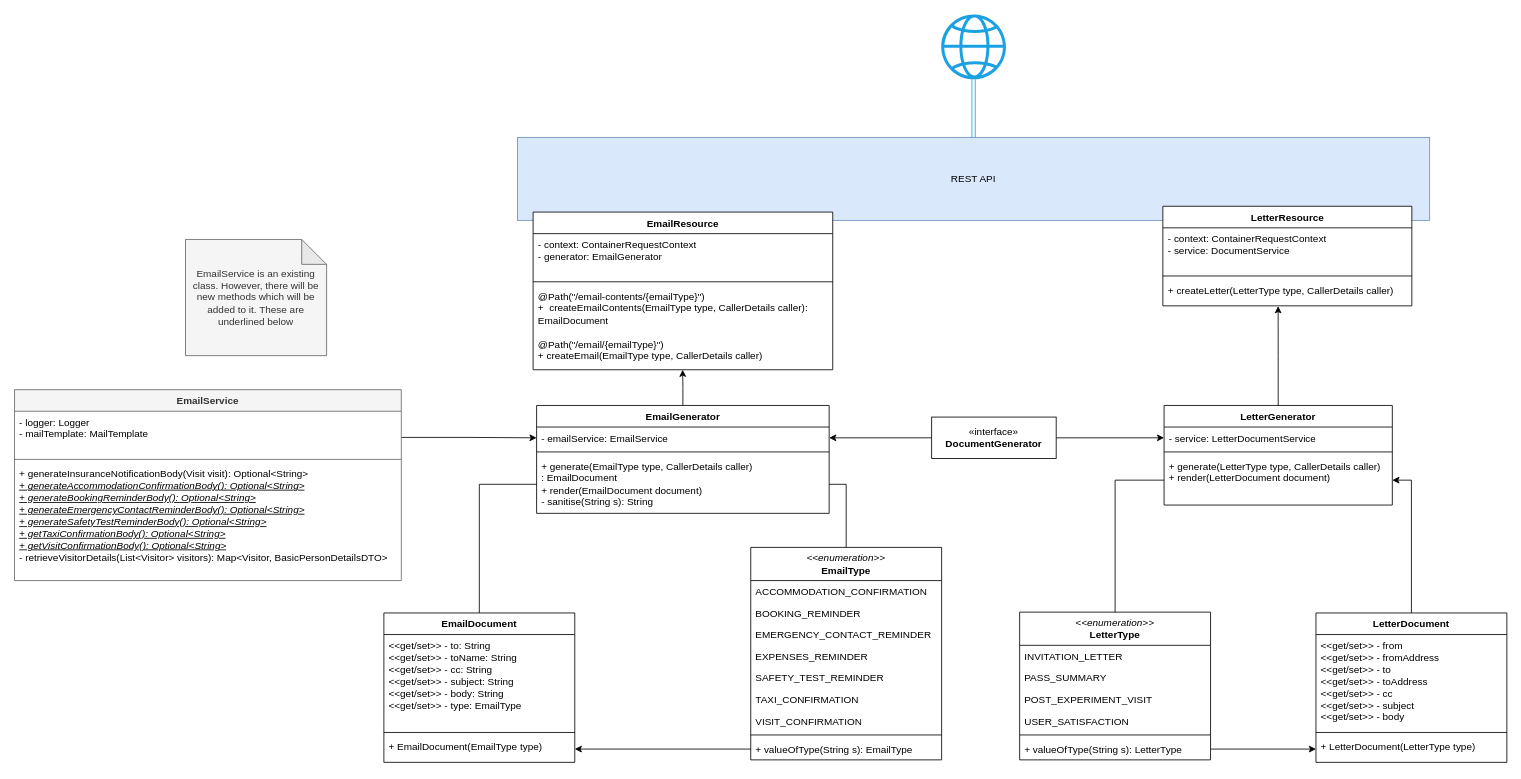
This is Document generation class diagram.drawio from ambolt314/FinalProjectDesign, a draw.io file, before an edit. Source tidied: cells renumbered, new cells numbered last; positions are measured from the earlier drawing's top-left corner, leaving out a move shared by most shapes. Both pictures are drawn from the tidied source at 83%, with x=0, y=0 at pixel (14, 14).
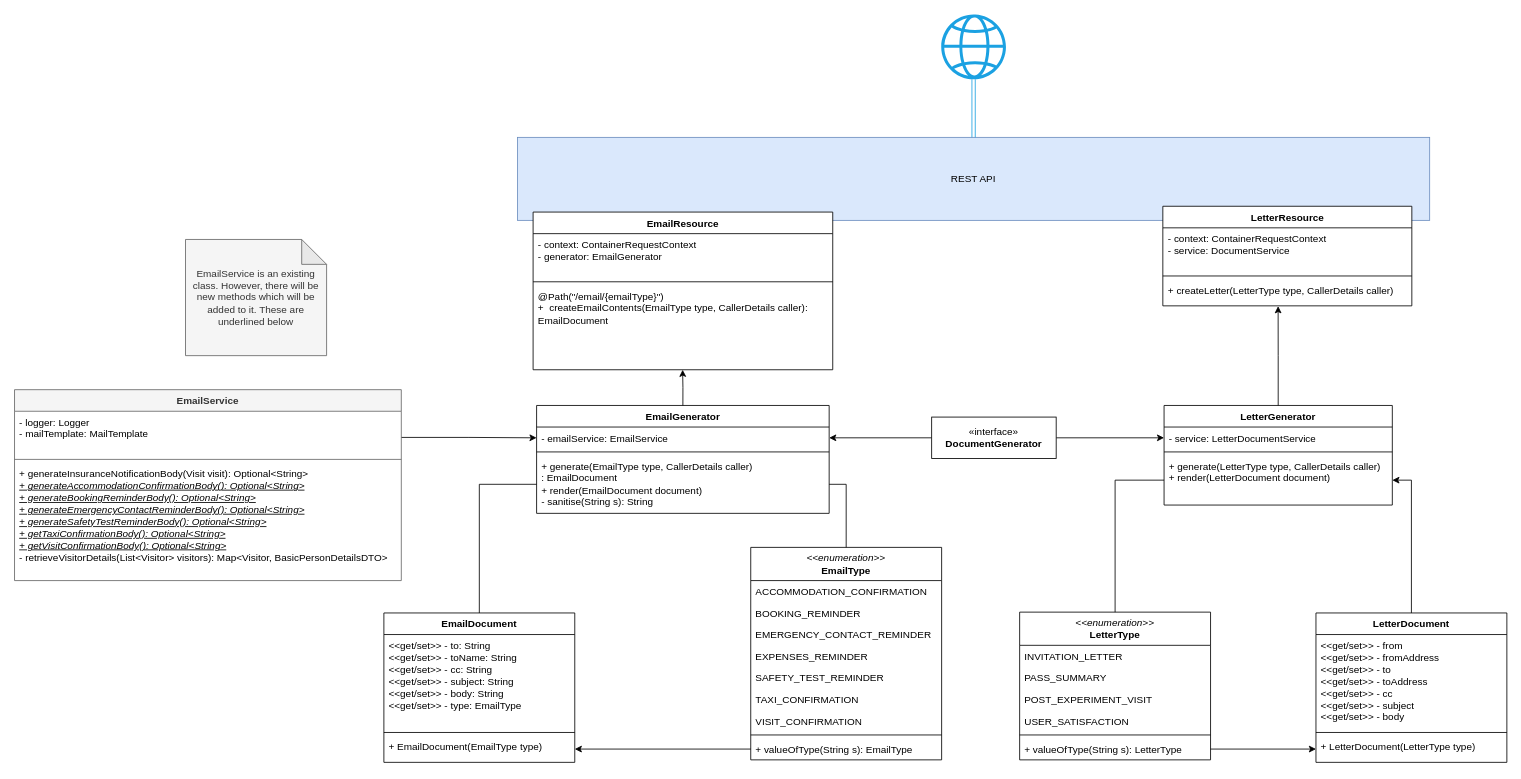
After the change.

Commit message:
Modified exposed resources

Unchanged cells that the change refers to:
```xml
<mxCell id="3" value="EmailResource" style="swimlane;fontStyle=1;align=center;verticalAlign=top;horizontal=1;startSize=26;whiteSpace=wrap;html=1;" parent="1" vertex="1">
  <mxGeometry x="624.8" y="238" width="361" height="190" as="geometry" />
</mxCell>
```

The edit, as a diff of the source:
```diff
@@
-    <mxCell id="6" value="&lt;div&gt;@Path(&quot;/email-contents/{emailType}&quot;)&lt;/div&gt;&lt;div&gt;+&amp;nbsp; createEmailContents(EmailType type, CallerDetails caller): EmailDocument&lt;/div&gt;&lt;div&gt;&lt;br&gt;&lt;/div&gt;&lt;div&gt;@Path(&quot;/email/{emailType}&quot;)&lt;/div&gt;&lt;div&gt;+ createEmail(EmailType type, CallerDetails caller)&lt;br&gt;&lt;/div&gt;" style="text;strokeColor=none;fillColor=none;align=left;verticalAlign=top;spacingLeft=4;spacingRight=4;overflow=hidden;points=[[0,0.5],[1,0.5]];portConstraint=eastwest;whiteSpace=wrap;html=1;" parent="3" vertex="1">
+    <mxCell id="6" value="&lt;div&gt;@Path(&quot;/email/{emailType}&quot;)&lt;/div&gt;&lt;div&gt;+&amp;nbsp; createEmailContents(EmailType type, CallerDetails caller): EmailDocument&lt;/div&gt;" style="text;strokeColor=none;fillColor=none;align=left;verticalAlign=top;spacingLeft=4;spacingRight=4;overflow=hidden;points=[[0,0.5],[1,0.5]];portConstraint=eastwest;whiteSpace=wrap;html=1;" parent="3" vertex="1">
       <mxGeometry y="88" width="361" height="102" as="geometry" />
     </mxCell>
```
